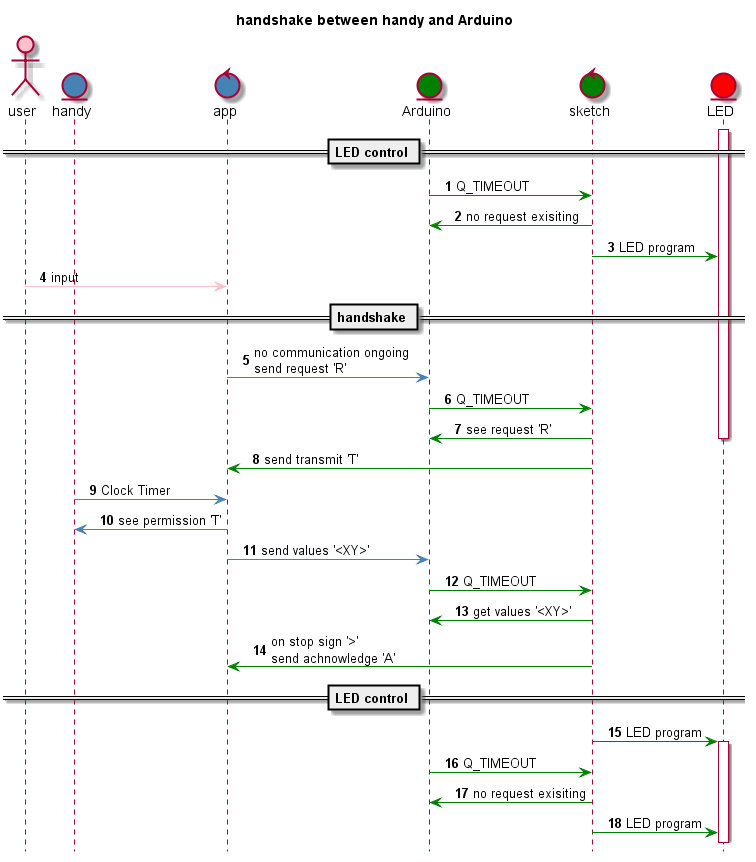
This is doc/handshake.png from orje/LEDviaApp, a PlantUML export, as it was before one commit. Its diagram source:
```plantuml
@startuml

hide footbox

title handshake between handy and Arduino

actor user #pink
entity handy #steelblue
control app #steelblue
entity Arduino #green
control sketch #green
entity LED #red

autonumber "<b>  #"

activate LED

== LED control ==

Arduino -[#green]> sketch: Q_TIMEOUT

sketch -[#green]> Arduino: no request exisiting

sketch -[#green]> LED: LED program

user -[#pink]> app: input

== handshake ==

app -[#steelblue]> Arduino: no communication ongoing \nsend request 'R'

Arduino -[#green]> sketch: Q_TIMEOUT

sketch -[#green]> Arduino: see request 'R'

deactivate LED

sketch -[#green]> app: send transmit 'T'

handy -[#steelblue]> app: Clock Timer

app -[#steelblue]> handy: see permission 'T'

app -[#steelblue]> Arduino: send values '<XY>'

Arduino -[#green]> sketch: Q_TIMEOUT

sketch -[#green]> Arduino: get values '<XY>'

sketch -[#green]> app: on stop sign '>' \nsend achnowledge 'A'

== LED control ==

sketch -[#green]> LED: LED program

activate LED

Arduino -[#green]> sketch: Q_TIMEOUT

sketch -[#green]> Arduino: no request exisiting

sketch -[#green]> LED: LED program

@enduml
```
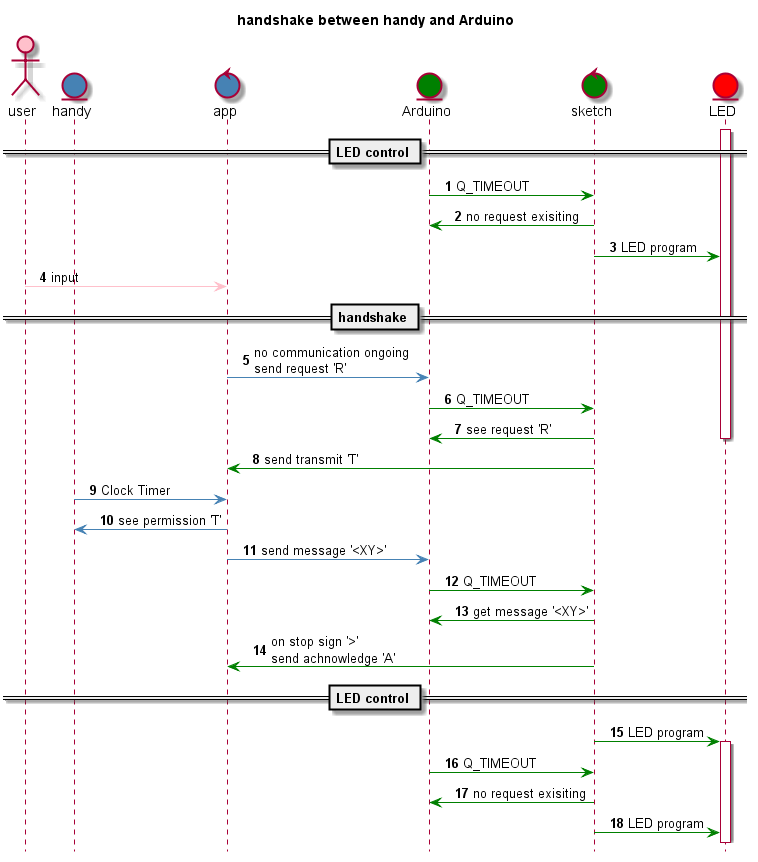
After the commit.

The edit, as a diff of the source:
```diff
@@ -41,11 +41,11 @@
 
 app -[#steelblue]> handy: see permission 'T'
 
-app -[#steelblue]> Arduino: send values '<XY>'
+app -[#steelblue]> Arduino: send message '<XY>'
 
 Arduino -[#green]> sketch: Q_TIMEOUT
 
-sketch -[#green]> Arduino: get values '<XY>'
+sketch -[#green]> Arduino: get message '<XY>'
 
 sketch -[#green]> app: on stop sign '>' \nsend achnowledge 'A'
 
```
